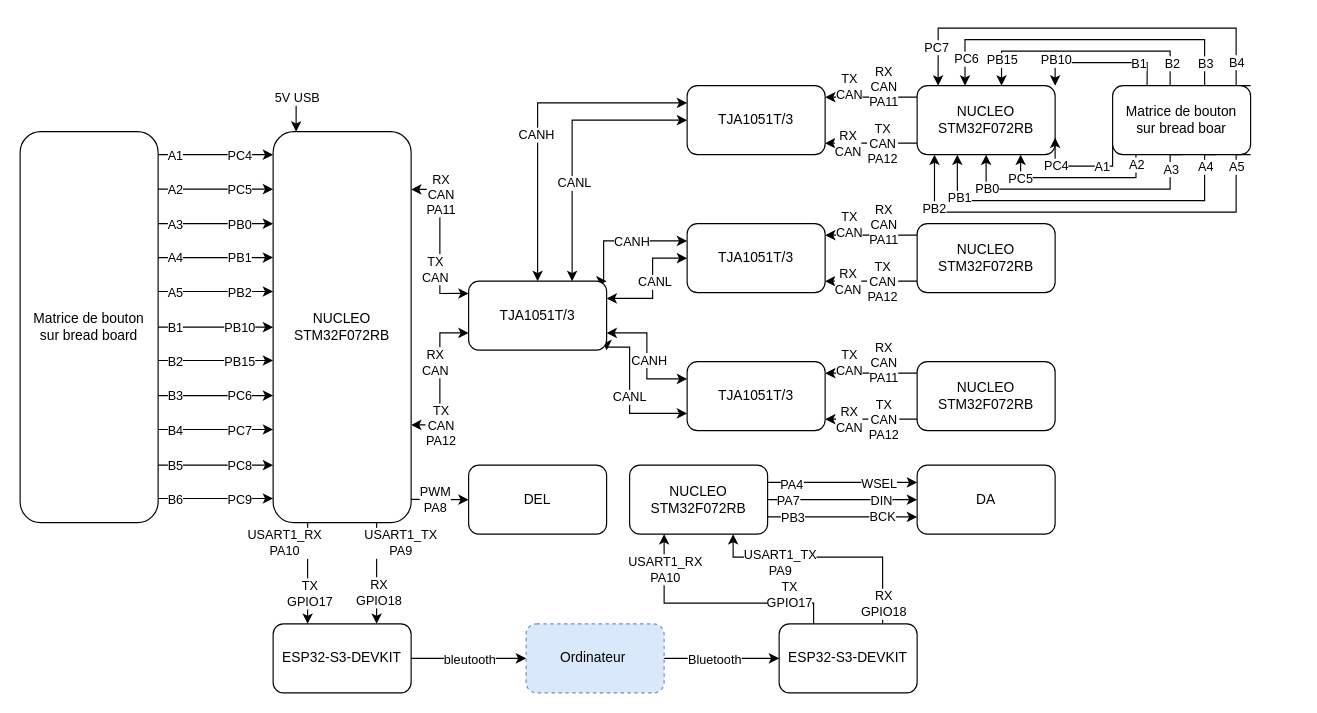
Before: Diagramme sans nom.drawio in McJorts/Devoir, a draw.io diagram. Source tidied: cells renumbered, new cells numbered last; positions are measured from the earlier drawing's top-left corner, leaving out a move shared by most shapes. Both pictures are drawn from the tidied source at 115%, with x=0, y=0 at pixel (20, 28).
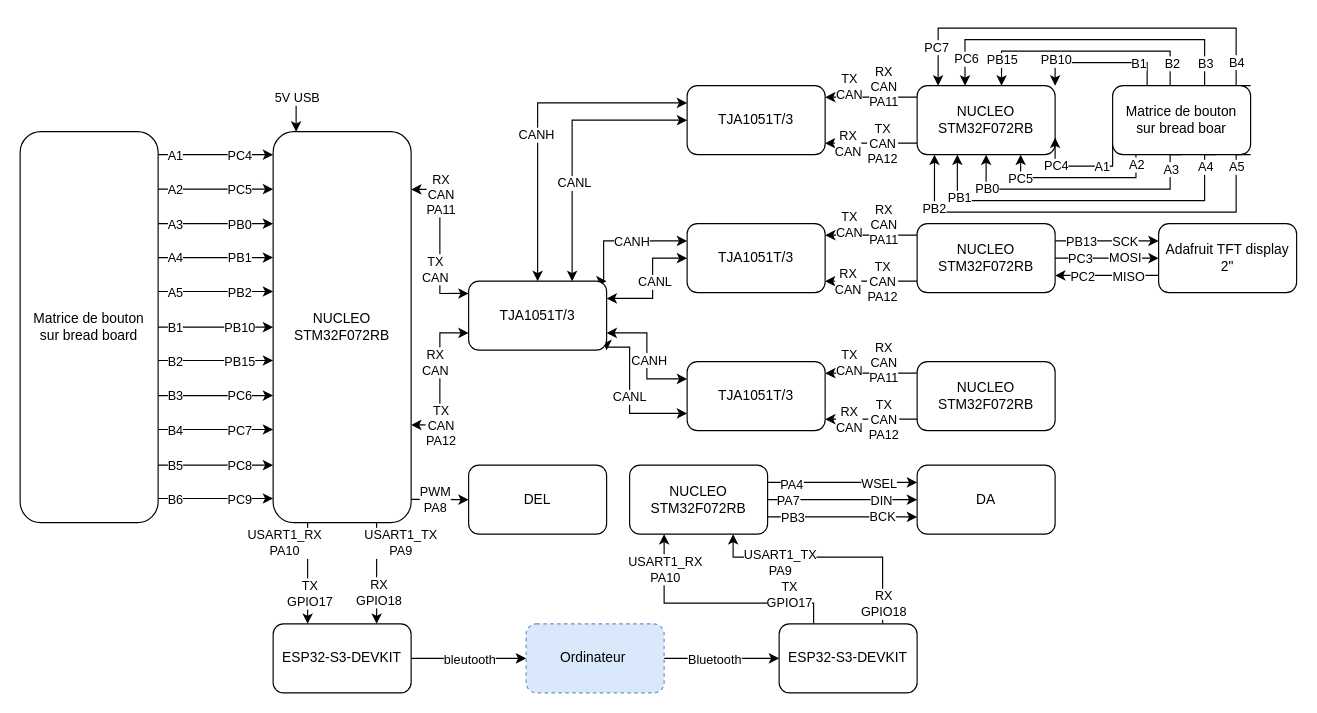
After the change.

Unchanged cells that the change refers to:
```xml
<mxCell id="44" value="&lt;div&gt;NUCLEO&lt;/div&gt;&lt;div&gt;STM32F072RB&lt;/div&gt;" style="rounded=1;whiteSpace=wrap;html=1;roundedPerimeter=1;" parent="1" vertex="1">
  <mxGeometry x="780" y="170" width="120" height="60" as="geometry" />
</mxCell>
```

Diff of the diagram source:
```diff
@@
+    <mxCell id="143" style="edgeStyle=orthogonalEdgeStyle;rounded=0;jettySize=auto;html=1;exitX=1;exitY=0.25;exitDx=0;exitDy=0;entryX=0;entryY=0.25;entryDx=0;entryDy=0;" parent="1" edge="1" source="44" target="152">
+      <mxGeometry relative="1" as="geometry" />
+    </mxCell>
+    <mxCell id="144" value="SCK" style="edgeLabel;html=1;align=center;verticalAlign=middle;" parent="143" vertex="1">
+      <mxGeometry x="-0.1" relative="1" as="geometry">
+        <mxPoint x="19" as="offset" />
+      </mxGeometry>
+    </mxCell>
+    <mxCell id="145" value="PB13" style="edgeLabel;html=1;align=center;verticalAlign=middle;" parent="143" vertex="1">
+      <mxGeometry x="-0.52" relative="1" as="geometry" />
+    </mxCell>
+    <mxCell id="146" style="edgeStyle=orthogonalEdgeStyle;rounded=0;jettySize=auto;html=1;exitX=1;exitY=0.5;exitDx=0;exitDy=0;entryX=0;entryY=0.5;entryDx=0;entryDy=0;" parent="1" edge="1" source="44" target="152">
+      <mxGeometry relative="1" as="geometry" />
+    </mxCell>
+    <mxCell id="147" value="MOSI" style="edgeLabel;html=1;align=center;verticalAlign=middle;" parent="146" vertex="1">
+      <mxGeometry x="0.34" y="1" relative="1" as="geometry" />
+    </mxCell>
+    <mxCell id="148" value="PC3" style="edgeLabel;html=1;align=center;verticalAlign=middle;" parent="146" vertex="1">
+      <mxGeometry x="-0.54" relative="1" as="geometry" />
+    </mxCell>
+    <mxCell id="149" style="edgeStyle=orthogonalEdgeStyle;rounded=0;jettySize=auto;html=1;exitX=1;exitY=0.75;exitDx=0;exitDy=0;entryX=0;entryY=0.75;entryDx=0;entryDy=0;startArrow=classic;startFill=1;endArrow=none;endFill=0;" parent="1" edge="1" source="44" target="152">
+      <mxGeometry relative="1" as="geometry" />
+    </mxCell>
+    <mxCell id="150" value="MISO" style="edgeLabel;html=1;align=center;verticalAlign=middle;" parent="149" vertex="1">
+      <mxGeometry x="0.39" relative="1" as="geometry" />
+    </mxCell>
+    <mxCell id="151" value="PC2" style="edgeLabel;html=1;align=center;verticalAlign=middle;" parent="149" vertex="1">
+      <mxGeometry x="-0.5" relative="1" as="geometry" />
+    </mxCell>
@@
+    <mxCell id="152" value="Adafruit TFT display 2&quot;" style="rounded=1;whiteSpace=wrap;html=1;roundedPerimeter=1;" parent="1" vertex="1">
+      <mxGeometry x="990" y="170" width="120" height="60" as="geometry" />
+    </mxCell>
```
